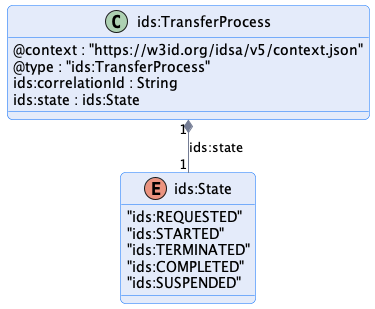
Earlier version of the PlantUML export transfer/images/transfer-process.png (International-Data-Spaces-Association/ids-specification). Its diagram source:
```plantuml
@startuml "transfer-process"
!pragma layout smetana

!include ../../diagrams/diagram.styles.puml

hide empty description


class "ids:TransferProcess" {
    @context : "https://w3id.org/idsa/v5/context.json"
    @type : "ids:TransferProcess"
    ids:correlationId : String
    ids:state : ids:State
}


enum ids:State {
    "ids:REQUESTED"
    "ids:STARTED"
    "ids:TERMINATED"
    "ids:COMPLETED"
    "ids:SUSPENDED"
}

"ids:TransferProcess" "1" *-- "1" "ids:State" : "ids:state"

@enduml
```
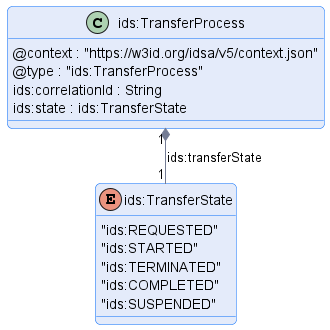
The same diagram one commit later.

What changed in the source:
```diff
@@ -10,11 +10,11 @@
     @context : "https://w3id.org/idsa/v5/context.json"
     @type : "ids:TransferProcess"
     ids:correlationId : String
-    ids:state : ids:State
+    ids:state : ids:TransferState
 }
 
 
-enum ids:State {
+enum ids:TransferState {
     "ids:REQUESTED"
     "ids:STARTED"
     "ids:TERMINATED"
@@ -22,6 +22,6 @@
     "ids:SUSPENDED"
 }
 
-"ids:TransferProcess" "1" *-- "1" "ids:State" : "ids:state"
+"ids:TransferProcess" "1" *-- "1" "ids:TransferState" : "ids:transferState"
 
 @enduml
```
